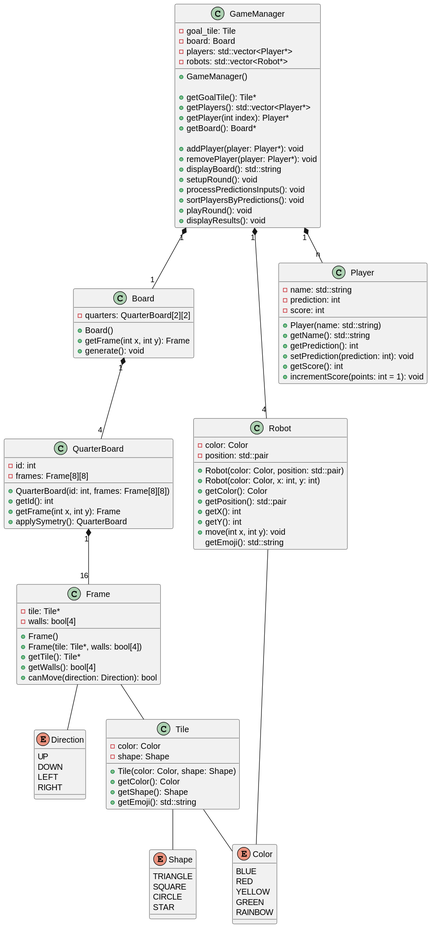
Above: doc/class_diagram.svg in ECN-SEC-SMP/tp11-note-les-daltons (PlantUML), before the change.
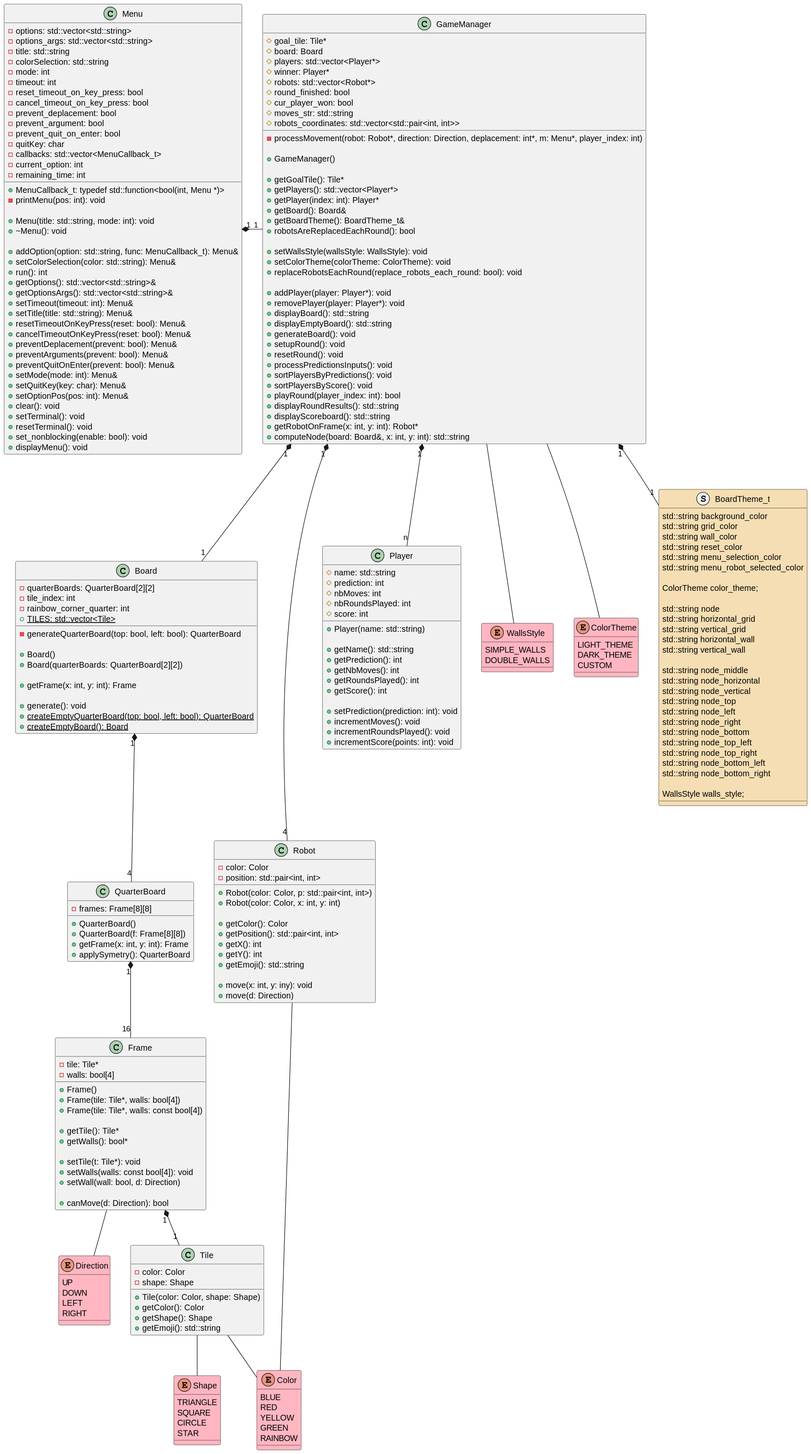
The same diagram one commit later.

Commit message:
[Doc] Update class diagram

Change to the diagram source:
```diff
@@ -1,5 +1,9 @@
 @startuml
-enum Color {
+skinparam enum {
+    BackgroundColor #Tomato
+}
+
+enum Color #LightPink {
     BLUE
     RED
     YELLOW
@@ -7,14 +11,14 @@
     RAINBOW
 }
 
-enum Shape {
+enum Shape #LightPink {
     TRIANGLE
     SQUARE
     CIRCLE
     STAR
 }
 
-enum Direction {
+enum Direction #LightPink {
     UP
     DOWN
     LEFT
@@ -33,83 +37,227 @@
 class Frame {
     - tile: Tile*
     - walls: bool[4]
+
     + Frame()
     + Frame(tile: Tile*, walls: bool[4])
+    + Frame(tile: Tile*, walls: const bool[4])
+
     + getTile(): Tile*
-    + getWalls(): bool[4]
-    + canMove(direction: Direction): bool
+    + getWalls(): bool*
+
+    + setTile(t: Tile*): void
+    + setWalls(walls: const bool[4]): void
+    + setWall(wall: bool, d: Direction)
+
+    + canMove(d: Direction): bool
 }
 
 class QuarterBoard {
-    - id: int
     - frames: Frame[8][8]
-    + QuarterBoard(id: int, frames: Frame[8][8])
-    + getId(): int
-    + getFrame(int x, int y): Frame
+
+    + QuarterBoard()
+    + QuarterBoard(f: Frame[8][8])
+    + getFrame(x: int, y: int): Frame
     + applySymetry(): QuarterBoard
 }
 
 class Board {
-    - quarters: QuarterBoard[2][2]
+    - quarterBoards: QuarterBoard[2][2]
+    - tile_index: int
+    - rainbow_corner_quarter: int
+    + {static} TILES: std::vector<Tile>
+
+    - generateQuarterBoard(top: bool, left: bool): QuarterBoard
+
     + Board()
-    + getFrame(int x, int y): Frame
+    + Board(quarterBoards: QuarterBoard[2][2])
+
+    + getFrame(x: int, y: int): Frame
+
     + generate(): void
+    + {static} createEmptyQuarterBoard(top: bool, left: bool): QuarterBoard
+    + {static} createEmptyBoard(): Board
 }
 
 class Robot {
     - color: Color
-    - position: std::pair
-    + Robot(color: Color, position: std::pair)
+    - position: std::pair<int, int>
+
+    + Robot(color: Color, p: std::pair<int, int>)
     + Robot(color: Color, x: int, y: int)
+
     + getColor(): Color
-    + getPosition(): std::pair
+    + getPosition(): std::pair<int, int>
     + getX(): int
     + getY(): int
-    + move(int x, int y): void
-    getEmoji(): std::string
+    + getEmoji(): std::string
+
+    + move(x: int, y: iny): void
+    + move(d: Direction)
 }
 
 class Player {
-    - name: std::string
-    - prediction: int
-    - score: int
+    # name: std::string
+    # prediction: int
+    # nbMoves: int
+    # nbRoundsPlayed: int
+    # score: int
+
     + Player(name: std::string)
+
     + getName(): std::string
     + getPrediction(): int
+    + getNbMoves(): int
+    + getRoundsPlayed(): int
+    + getScore(): int
+
     + setPrediction(prediction: int): void
-    + getScore(): int
-    + incrementScore(points: int = 1): void
+    + incrementMoves(): void
+    + incrementRoundsPlayed(): void
+    + incrementScore(points: int): void
 }
 
 class GameManager {
-    - goal_tile: Tile
-    - board: Board
-    - players: std::vector<Player*>
-    - robots: std::vector<Robot*>
+    # goal_tile: Tile*
+    # board: Board
+    # players: std::vector<Player*>
+    # winner: Player*
+    # robots: std::vector<Robot*>
+    # round_finished: bool
+    # cur_player_won: bool
+    # moves_str: std::string
+    # robots_coordinates: std::vector<std::pair<int, int>>
+
+    - processMovement(robot: Robot*, direction: Direction, deplacement: int*, m: Menu*, player_index: int)
 
     + GameManager()
 
     + getGoalTile(): Tile*
     + getPlayers(): std::vector<Player*>
-    + getPlayer(int index): Player*
-    + getBoard(): Board*
+    + getPlayer(index: int): Player*
+    + getBoard(): Board&
+    + getBoardTheme(): BoardTheme_t&
+    + robotsAreReplacedEachRound(): bool
+
+    + setWallsStyle(wallsStyle: WallsStyle): void
+    + setColorTheme(colorTheme: ColorTheme): void
+    + replaceRobotsEachRound(replace_robots_each_round: bool): void
 
     + addPlayer(player: Player*): void
     + removePlayer(player: Player*): void
     + displayBoard(): std::string
+    + displayEmptyBoard(): std::string
+    + generateBoard(): void
     + setupRound(): void
+    + resetRound(): void
     + processPredictionsInputs(): void
     + sortPlayersByPredictions(): void
-    + playRound(): void
-    + displayResults(): void
+    + sortPlayersByScore(): void
+    + playRound(player_index: int): bool
+    + displayRoundResults(): std::string
+    + displayScoreboard(): std::string
+    + getRobotOnFrame(x: int, y: int): Robot*
+    + computeNode(board: Board&, x: int, y: int): std::string
 }
 
-Frame -- Tile
+class Menu {
+    + MenuCallback_t: typedef std::function<bool(int, Menu *)>
+    - options: std::vector<std::string>
+    - options_args: std::vector<std::string>
+    - title: std::string
+    - colorSelection: std::string
+    - mode: int
+    - timeout: int
+    - reset_timeout_on_key_press: bool
+    - cancel_timeout_on_key_press: bool
+    - prevent_deplacement: bool
+    - prevent_argument: bool
+    - prevent_quit_on_enter: bool
+    - quitKey: char
+    - callbacks: std::vector<MenuCallback_t>
+    - current_option: int
+    - remaining_time: int
+
+    - printMenu(pos: int): void
+
+    + Menu(title: std::string, mode: int): void
+    + ~Menu(): void
+
+    + addOption(option: std::string, func: MenuCallback_t): Menu&
+    + setColorSelection(color: std::string): Menu&
+    + run(): int
+    + getOptions(): std::vector<std::string>&
+    + getOptionsArgs(): std::vector<std::string>&
+    + setTimeout(timeout: int): Menu&
+    + setTitle(title: std::string): Menu&
+    + resetTimeoutOnKeyPress(reset: bool): Menu&
+    + cancelTimeoutOnKeyPress(reset: bool): Menu&
+    + preventDeplacement(prevent: bool): Menu&
+    + preventArguments(prevent: bool): Menu&
+    + preventQuitOnEnter(prevent: bool): Menu&
+    + setMode(mode: int): Menu&
+    + setQuitKey(key: char): Menu&
+    + setOptionPos(pos: int): Menu&
+    + clear(): void
+    + setTerminal(): void
+    + resetTerminal(): void
+    + set_nonblocking(enable: bool): void
+    + displayMenu(): void
+
+}
+
+enum WallsStyle #LightPink {
+    SIMPLE_WALLS
+    DOUBLE_WALLS
+}
+
+enum ColorTheme #LightPink {
+    LIGHT_THEME
+    DARK_THEME
+    CUSTOM
+}
+
+struct BoardTheme_t #Wheat {
+    std::string background_color
+    std::string grid_color
+    std::string wall_color
+    std::string reset_color
+    std::string menu_selection_color
+    std::string menu_robot_selected_color
+
+    ColorTheme color_theme;
+
+    std::string node
+    std::string horizontal_grid
+    std::string vertical_grid
+    std::string horizontal_wall
+    std::string vertical_wall
+
+    std::string node_middle
+    std::string node_horizontal
+    std::string node_vertical
+    std::string node_top
+    std::string node_left
+    std::string node_right
+    std::string node_bottom
+    std::string node_top_left
+    std::string node_top_right
+    std::string node_bottom_left
+    std::string node_bottom_right
+
+    WallsStyle walls_style;
+}
+
+Frame "1" *-- "1" Tile
 Frame "16" -up-* "1" QuarterBoard
 Board "1" *-- "4" QuarterBoard
 GameManager "1" *-- "n" Player
 GameManager "1" *-- "4" Robot
 GameManager "1" *-- "1" Board
+GameManager -- WallsStyle
+GameManager -- ColorTheme
+GameManager "1" *-- "1" BoardTheme_t
+Menu "1" *-right- "1" GameManager
 Robot -- Color
 Tile -- Color
 Tile -- Shape
```
